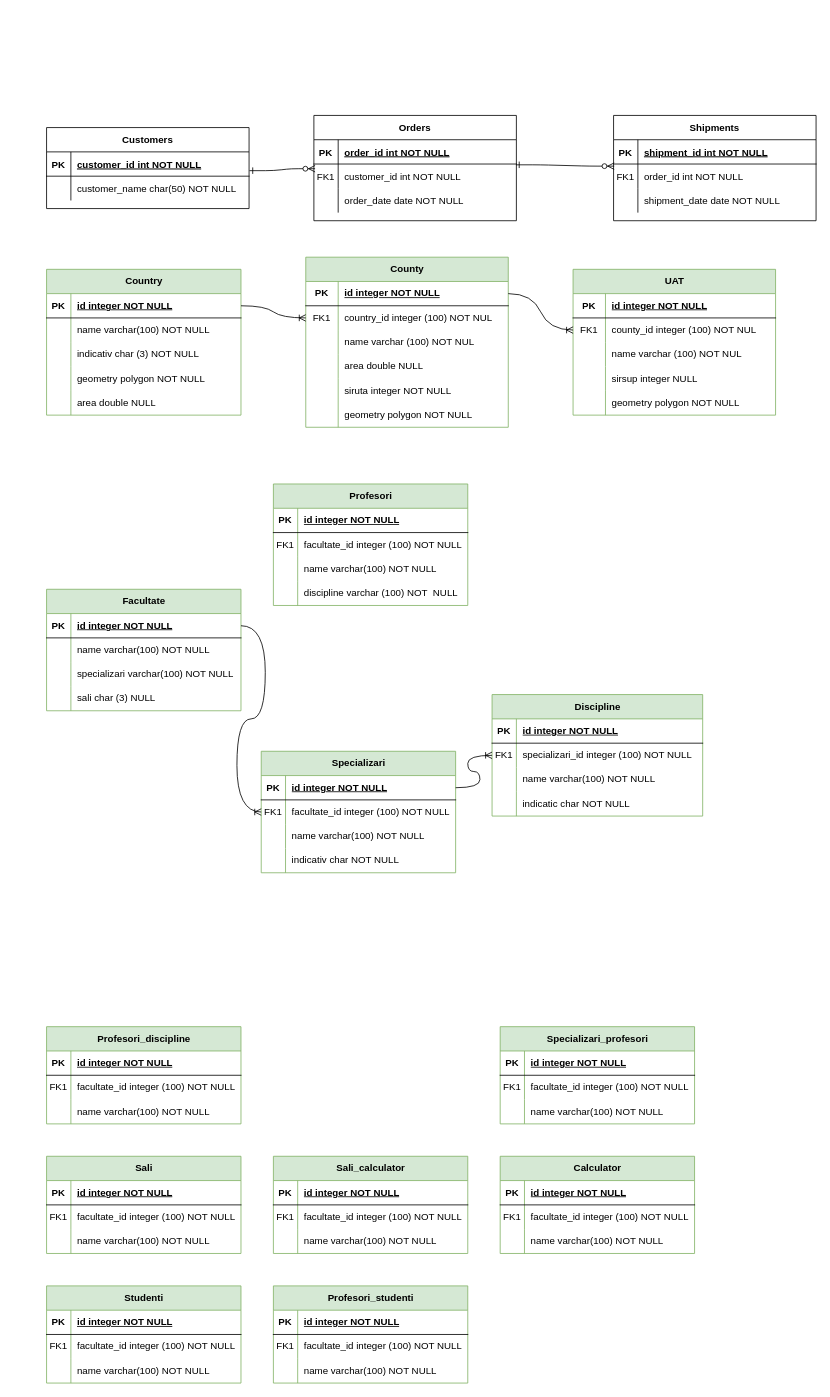
Earlier version of the draw.io diagram model_conceptual.drawio (andreea-agrisan/modelare_db). Source tidied: cells renumbered, new cells numbered last; positions are measured from the earlier drawing's top-left corner, leaving out a move shared by most shapes. Both pictures are drawn from the tidied source at 81%, with x=0, y=0 at pixel (46, 115).
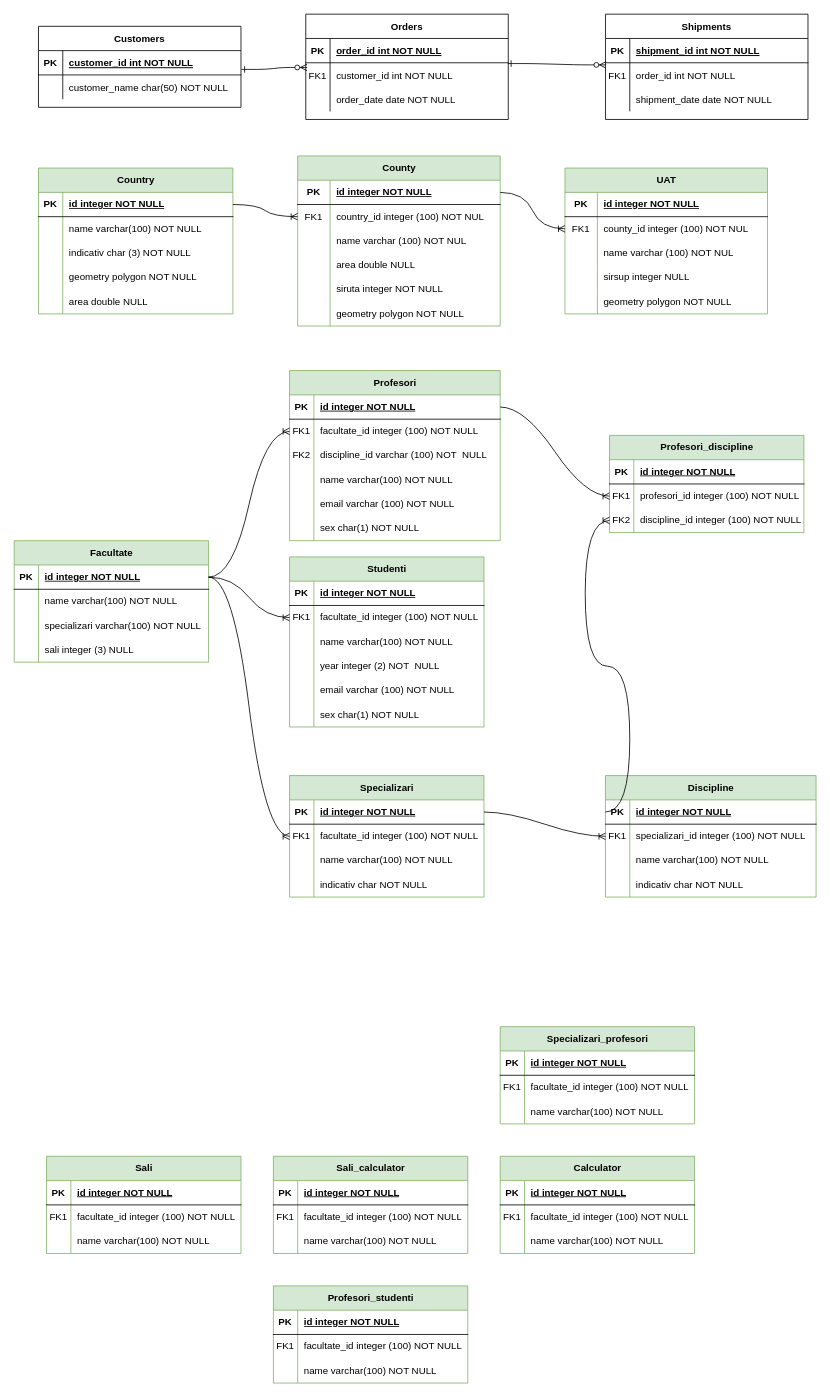
Above is the later version.

Unchanged cells that the change refers to:
```xml
<mxCell id="85" style="shape=tableRow;horizontal=0;startSize=0;swimlaneHead=0;swimlaneBody=0;fillColor=none;points=[[0,0.5],[1,0.5]];portConstraint=eastwest;top=0;left=0;right=0;bottom=1;" parent="84" vertex="1">
  <mxGeometry y="30" width="240" height="30" as="geometry" />
</mxCell>
<mxCell id="94" style="shape=tableRow;horizontal=0;startSize=0;swimlaneHead=0;swimlaneBody=0;fillColor=none;top=0;left=0;right=0;bottom=0;" parent="84" vertex="1">
  <mxGeometry y="120" width="240" height="30" as="geometry" />
</mxCell>
<mxCell id="112" style="shape=tableRow;horizontal=0;startSize=0;swimlaneHead=0;swimlaneBody=0;fillColor=none;points=[[0,0.5],[1,0.5]];portConstraint=eastwest;top=0;left=0;right=0;bottom=1;" parent="111" vertex="1">
  <mxGeometry y="30" width="260" height="30" as="geometry" />
</mxCell>
<mxCell id="121" style="shape=tableRow;horizontal=0;startSize=0;swimlaneHead=0;swimlaneBody=0;fillColor=none;top=0;left=0;right=0;bottom=0;" parent="111" vertex="1">
  <mxGeometry y="120" width="260" height="30" as="geometry" />
</mxCell>
<mxCell id="128" style="shape=tableRow;horizontal=0;startSize=0;swimlaneHead=0;swimlaneBody=0;fillColor=none;points=[[0,0.5],[1,0.5]];portConstraint=eastwest;top=0;left=0;right=0;bottom=0;" parent="124" vertex="1">
  <mxGeometry y="60" width="240" height="30" as="geometry" />
</mxCell>
<mxCell id="131" style="shape=tableRow;horizontal=0;startSize=0;swimlaneHead=0;swimlaneBody=0;fillColor=none;points=[[0,0.5],[1,0.5]];portConstraint=eastwest;top=0;left=0;right=0;bottom=0;" parent="124" vertex="1">
  <mxGeometry y="90" width="240" height="30" as="geometry" />
</mxCell>
```

Diff of the diagram source:
```diff
@@
     <mxCell id="4" value="Orders" style="shape=table;startSize=30;childLayout=tableLayout;rowLines=0;fontStyle=1;align=center;" parent="1" vertex="1">
-      <mxGeometry x="330" width="250" height="130" as="geometry" />
+      <mxGeometry x="320" y="-125" width="250" height="130" as="geometry" />
     </mxCell>
@@
     <mxCell id="14" value="Shipments" style="shape=table;startSize=30;childLayout=tableLayout;rowLines=0;fontStyle=1;align=center;" parent="1" vertex="1">
-      <mxGeometry x="700" width="250" height="130" as="geometry" />
+      <mxGeometry x="690" y="-125" width="250" height="130" as="geometry" />
     </mxCell>
@@
     <mxCell id="24" value="Customers" style="shape=table;startSize=30;childLayout=tableLayout;rowLines=0;fontStyle=1;align=center;" parent="1" vertex="1">
-      <mxGeometry y="15" width="250" height="100" as="geometry" />
+      <mxGeometry x="-10" y="-110" width="250" height="100" as="geometry" />
     </mxCell>
@@
     <mxCell id="31" value="Country" style="shape=table;startSize=30;childLayout=tableLayout;rowLines=0;fontStyle=1;align=center;html=1;fillColor=#d5e8d4;strokeColor=#82b366;" parent="1" vertex="1">
-      <mxGeometry y="190" width="240" height="180" as="geometry" />
+      <mxGeometry x="-10" y="65" width="240" height="180" as="geometry" />
     </mxCell>
@@
     <mxCell id="47" value="County" style="shape=table;startSize=30;childLayout=tableLayout;rowLines=0;fontStyle=1;align=center;html=1;fillColor=#d5e8d4;strokeColor=#82b366;" parent="1" vertex="1">
-      <mxGeometry x="320" y="175" width="250" height="210" as="geometry" />
+      <mxGeometry x="310" y="50" width="250" height="210" as="geometry" />
     </mxCell>
@@
     <mxCell id="67" value="UAT" style="shape=table;startSize=30;childLayout=tableLayout;rowLines=0;fontStyle=1;align=center;html=1;fillColor=#d5e8d4;strokeColor=#82b366;" parent="1" vertex="1">
-      <mxGeometry x="650" y="190" width="250" height="180" as="geometry" />
+      <mxGeometry x="640" y="65" width="250" height="180" as="geometry" />
     </mxCell>
@@
     <mxCell id="84" value="Facultate" style="shape=table;startSize=30;childLayout=tableLayout;rowLines=0;fontStyle=1;align=center;html=1;fillColor=#d5e8d4;strokeColor=#82b366;" parent="1" vertex="1">
-      <mxGeometry y="585" width="240" height="150" as="geometry" />
+      <mxGeometry x="-40" y="525" width="240" height="150" as="geometry" />
     </mxCell>
@@
-    <mxCell id="96" value="sali char (3) NULL" style="shape=partialRectangle;fillColor=none;top=0;left=0;bottom=0;right=0;align=left;spacingLeft=6;overflow=hidden;whiteSpace=wrap;html=1;" parent="94" vertex="1">
+    <mxCell id="96" value="sali integer (3) NULL" style="shape=partialRectangle;fillColor=none;top=0;left=0;bottom=0;right=0;align=left;spacingLeft=6;overflow=hidden;whiteSpace=wrap;html=1;" parent="94" vertex="1">
       <mxGeometry x="30" width="210" height="30" as="geometry" />
     </mxCell>
     <mxCell id="97" value="Specializari" style="shape=table;startSize=30;childLayout=tableLayout;rowLines=0;fontStyle=1;align=center;html=1;fillColor=#d5e8d4;strokeColor=#82b366;" parent="1" vertex="1">
-      <mxGeometry x="265" y="785" width="240" height="150" as="geometry" />
+      <mxGeometry x="300" y="815" width="240" height="150" as="geometry" />
     </mxCell>
@@
     <mxCell id="111" value="Discipline" style="shape=table;startSize=30;childLayout=tableLayout;rowLines=0;fontStyle=1;align=center;html=1;fillColor=#d5e8d4;strokeColor=#82b366;" parent="1" vertex="1">
-      <mxGeometry x="550" y="715" width="260" height="150" as="geometry" />
+      <mxGeometry x="690" y="815" width="260" height="150" as="geometry" />
     </mxCell>
@@
-    <mxCell id="123" value="indicatic char NOT NULL" style="shape=partialRectangle;fillColor=none;top=0;left=0;bottom=0;right=0;align=left;spacingLeft=6;overflow=hidden;whiteSpace=wrap;html=1;" parent="121" vertex="1">
+    <mxCell id="123" value="indicativ char NOT NULL" style="shape=partialRectangle;fillColor=none;top=0;left=0;bottom=0;right=0;align=left;spacingLeft=6;overflow=hidden;whiteSpace=wrap;html=1;" parent="121" vertex="1">
       <mxGeometry x="30" width="230" height="30" as="geometry" />
     </mxCell>
     <mxCell id="124" value="Profesori_discipline" style="shape=table;startSize=30;childLayout=tableLayout;rowLines=0;fontStyle=1;align=center;html=1;fillColor=#d5e8d4;strokeColor=#82b366;" parent="1" vertex="1">
-      <mxGeometry y="1125" width="240" height="120" as="geometry" />
+      <mxGeometry x="695" y="395" width="240" height="120" as="geometry" />
     </mxCell>
@@
-    <mxCell id="130" value="facultate_id integer (100) NOT NULL" style="shape=partialRectangle;fillColor=none;top=0;left=0;bottom=0;right=0;align=left;spacingLeft=6;overflow=hidden;whiteSpace=wrap;html=1;" parent="128" vertex="1">
+    <mxCell id="130" value="profesori_id integer (100) NOT NULL" style="shape=partialRectangle;fillColor=none;top=0;left=0;bottom=0;right=0;align=left;spacingLeft=6;overflow=hidden;whiteSpace=wrap;html=1;" parent="128" vertex="1">
       <mxGeometry x="30" width="210" height="30" as="geometry" />
     </mxCell>
@@
-    <mxCell id="132" style="shape=partialRectangle;fillColor=none;top=0;left=0;bottom=0;right=0;overflow=hidden;whiteSpace=wrap;html=1;" parent="131" vertex="1">
+    <mxCell id="132" value="FK2" style="shape=partialRectangle;fillColor=none;top=0;left=0;bottom=0;right=0;overflow=hidden;whiteSpace=wrap;html=1;" parent="131" vertex="1">
       <mxGeometry width="30" height="30" as="geometry" />
     </mxCell>
-    <mxCell id="133" value="name varchar(100) NOT NULL" style="shape=partialRectangle;fillColor=none;top=0;left=0;bottom=0;right=0;align=left;spacingLeft=6;overflow=hidden;whiteSpace=wrap;html=1;" parent="131" vertex="1">
+    <mxCell id="133" value="discipline_id integer (100) NOT NULL" style="shape=partialRectangle;fillColor=none;top=0;left=0;bottom=0;right=0;align=left;spacingLeft=6;overflow=hidden;whiteSpace=wrap;html=1;" parent="131" vertex="1">
       <mxGeometry x="30" width="210" height="30" as="geometry" />
     </mxCell>
     <mxCell id="134" value="Profesori" style="shape=table;startSize=30;childLayout=tableLayout;rowLines=0;fontStyle=1;align=center;html=1;fillColor=#d5e8d4;strokeColor=#82b366;" parent="1" vertex="1">
-      <mxGeometry x="280" y="455" width="240" height="150" as="geometry" />
+      <mxGeometry x="300" y="315" width="260" height="210" as="geometry" />
     </mxCell>
     <mxCell id="135" style="shape=tableRow;horizontal=0;startSize=0;swimlaneHead=0;swimlaneBody=0;fillColor=none;points=[[0,0.5],[1,0.5]];portConstraint=eastwest;top=0;left=0;right=0;bottom=1;" parent="134" vertex="1">
-      <mxGeometry y="30" width="240" height="30" as="geometry" />
+      <mxGeometry y="30" width="260" height="30" as="geometry" />
     </mxCell>
@@
     <mxCell id="137" value="id integer NOT NULL" style="shape=partialRectangle;fillColor=none;top=0;left=0;bottom=0;right=0;align=left;spacingLeft=6;fontStyle=5;overflow=hidden;whiteSpace=wrap;html=1;" parent="135" vertex="1">
-      <mxGeometry x="30" width="210" height="30" as="geometry" />
+      <mxGeometry x="30" width="230" height="30" as="geometry" />
     </mxCell>
     <mxCell id="138" style="shape=tableRow;horizontal=0;startSize=0;swimlaneHead=0;swimlaneBody=0;fillColor=none;points=[[0,0.5],[1,0.5]];portConstraint=eastwest;top=0;left=0;right=0;bottom=0;" parent="134" vertex="1">
-      <mxGeometry y="60" width="240" height="30" as="geometry" />
+      <mxGeometry y="60" width="260" height="30" as="geometry" />
     </mxCell>
@@
     <mxCell id="140" value="facultate_id integer (100) NOT NULL" style="shape=partialRectangle;fillColor=none;top=0;left=0;bottom=0;right=0;align=left;spacingLeft=6;overflow=hidden;whiteSpace=wrap;html=1;" parent="138" vertex="1">
-      <mxGeometry x="30" width="210" height="30" as="geometry" />
+      <mxGeometry x="30" width="230" height="30" as="geometry" />
     </mxCell>
+    <mxCell id="144" style="shape=tableRow;horizontal=0;startSize=0;swimlaneHead=0;swimlaneBody=0;fillColor=none;top=0;left=0;right=0;bottom=0;" parent="134" vertex="1">
+      <mxGeometry y="90" width="260" height="30" as="geometry" />
+    </mxCell>
+    <mxCell id="145" value="FK2" style="shape=partialRectangle;fillColor=none;top=0;left=0;bottom=0;right=0;overflow=hidden;whiteSpace=wrap;html=1;" parent="144" vertex="1">
+      <mxGeometry width="30" height="30" as="geometry" />
+    </mxCell>
+    <mxCell id="146" value="discipline_id varchar (100) NOT&amp;nbsp; NULL" style="shape=partialRectangle;fillColor=none;top=0;left=0;bottom=0;right=0;align=left;spacingLeft=6;overflow=hidden;whiteSpace=wrap;html=1;" parent="144" vertex="1">
+      <mxGeometry x="30" width="230" height="30" as="geometry" />
+    </mxCell>
     <mxCell id="141" style="shape=tableRow;horizontal=0;startSize=0;swimlaneHead=0;swimlaneBody=0;fillColor=none;top=0;left=0;right=0;bottom=0;" parent="134" vertex="1">
-      <mxGeometry y="90" width="240" height="30" as="geometry" />
+      <mxGeometry y="120" width="260" height="30" as="geometry" />
     </mxCell>
@@
     <mxCell id="143" value="name varchar(100) NOT NULL" style="shape=partialRectangle;fillColor=none;top=0;left=0;bottom=0;right=0;align=left;spacingLeft=6;overflow=hidden;whiteSpace=wrap;html=1;" parent="141" vertex="1">
-      <mxGeometry x="30" width="210" height="30" as="geometry" />
+      <mxGeometry x="30" width="230" height="30" as="geometry" />
     </mxCell>
-    <mxCell id="144" style="shape=tableRow;horizontal=0;startSize=0;swimlaneHead=0;swimlaneBody=0;fillColor=none;top=0;left=0;right=0;bottom=0;" parent="134" vertex="1">
-      <mxGeometry y="120" width="240" height="30" as="geometry" />
-    </mxCell>
-    <mxCell id="145" style="shape=partialRectangle;fillColor=none;top=0;left=0;bottom=0;right=0;overflow=hidden;whiteSpace=wrap;html=1;" parent="144" vertex="1">
-      <mxGeometry width="30" height="30" as="geometry" />
-    </mxCell>
-    <mxCell id="146" value="discipline varchar (100) NOT&amp;nbsp; NULL" style="shape=partialRectangle;fillColor=none;top=0;left=0;bottom=0;right=0;align=left;spacingLeft=6;overflow=hidden;whiteSpace=wrap;html=1;" parent="144" vertex="1">
-      <mxGeometry x="30" width="210" height="30" as="geometry" />
-    </mxCell>
+    <mxCell id="208" style="shape=tableRow;horizontal=0;startSize=0;swimlaneHead=0;swimlaneBody=0;fillColor=none;top=0;left=0;right=0;bottom=0;" parent="134" vertex="1">
+      <mxGeometry y="150" width="260" height="30" as="geometry" />
+    </mxCell>
+    <mxCell id="209" style="shape=partialRectangle;fillColor=none;top=0;left=0;bottom=0;right=0;overflow=hidden;whiteSpace=wrap;html=1;" parent="208" vertex="1">
+      <mxGeometry width="30" height="30" as="geometry" />
+    </mxCell>
+    <mxCell id="210" value="email varchar (100) NOT NULL" style="shape=partialRectangle;fillColor=none;top=0;left=0;bottom=0;right=0;align=left;spacingLeft=6;overflow=hidden;whiteSpace=wrap;html=1;" parent="208" vertex="1">
+      <mxGeometry x="30" width="230" height="30" as="geometry" />
+    </mxCell>
+    <mxCell id="211" style="shape=tableRow;horizontal=0;startSize=0;swimlaneHead=0;swimlaneBody=0;fillColor=none;top=0;left=0;right=0;bottom=0;" parent="134" vertex="1">
+      <mxGeometry y="180" width="260" height="30" as="geometry" />
+    </mxCell>
+    <mxCell id="212" style="shape=partialRectangle;fillColor=none;top=0;left=0;bottom=0;right=0;overflow=hidden;whiteSpace=wrap;html=1;" parent="211" vertex="1">
+      <mxGeometry width="30" height="30" as="geometry" />
+    </mxCell>
+    <mxCell id="213" value="sex char(1) NOT NULL" style="shape=partialRectangle;fillColor=none;top=0;left=0;bottom=0;right=0;align=left;spacingLeft=6;overflow=hidden;whiteSpace=wrap;html=1;" parent="211" vertex="1">
+      <mxGeometry x="30" width="230" height="30" as="geometry" />
+    </mxCell>
@@
-    <mxCell id="187" value="Studenti" style="shape=table;startSize=30;childLayout=tableLayout;rowLines=0;fontStyle=1;align=center;html=1;fillColor=#d5e8d4;strokeColor=#82b366;" parent="1" vertex="1">
-      <mxGeometry y="1445" width="240" height="120" as="geometry" />
-    </mxCell>
-    <mxCell id="188" style="shape=tableRow;horizontal=0;startSize=0;swimlaneHead=0;swimlaneBody=0;fillColor=none;top=0;left=0;right=0;bottom=1;" parent="187" vertex="1">
-      <mxGeometry y="30" width="240" height="30" as="geometry" />
-    </mxCell>
-    <mxCell id="189" value="PK" style="shape=partialRectangle;fillColor=none;top=0;left=0;bottom=0;right=0;fontStyle=1;overflow=hidden;whiteSpace=wrap;html=1;" parent="188" vertex="1">
-      <mxGeometry width="30" height="30" as="geometry" />
-    </mxCell>
-    <mxCell id="190" value="id integer NOT NULL" style="shape=partialRectangle;fillColor=none;top=0;left=0;bottom=0;right=0;align=left;spacingLeft=6;fontStyle=5;overflow=hidden;whiteSpace=wrap;html=1;" parent="188" vertex="1">
-      <mxGeometry x="30" width="210" height="30" as="geometry" />
-    </mxCell>
-    <mxCell id="191" style="shape=tableRow;horizontal=0;startSize=0;swimlaneHead=0;swimlaneBody=0;fillColor=none;points=[[0,0.5],[1,0.5]];portConstraint=eastwest;top=0;left=0;right=0;bottom=0;" parent="187" vertex="1">
-      <mxGeometry y="60" width="240" height="30" as="geometry" />
-    </mxCell>
-    <mxCell id="192" value="FK1" style="shape=partialRectangle;fillColor=none;top=0;left=0;bottom=0;right=0;overflow=hidden;whiteSpace=wrap;html=1;" parent="191" vertex="1">
-      <mxGeometry width="30" height="30" as="geometry" />
-    </mxCell>
-    <mxCell id="193" value="facultate_id integer (100) NOT NULL" style="shape=partialRectangle;fillColor=none;top=0;left=0;bottom=0;right=0;align=left;spacingLeft=6;overflow=hidden;whiteSpace=wrap;html=1;" parent="191" vertex="1">
-      <mxGeometry x="30" width="210" height="30" as="geometry" />
-    </mxCell>
-    <mxCell id="194" style="shape=tableRow;horizontal=0;startSize=0;swimlaneHead=0;swimlaneBody=0;fillColor=none;top=0;left=0;right=0;bottom=0;" parent="187" vertex="1">
-      <mxGeometry y="90" width="240" height="30" as="geometry" />
-    </mxCell>
-    <mxCell id="195" style="shape=partialRectangle;fillColor=none;top=0;left=0;bottom=0;right=0;overflow=hidden;whiteSpace=wrap;html=1;" parent="194" vertex="1">
-      <mxGeometry width="30" height="30" as="geometry" />
-    </mxCell>
-    <mxCell id="196" value="name varchar(100) NOT NULL" style="shape=partialRectangle;fillColor=none;top=0;left=0;bottom=0;right=0;align=left;spacingLeft=6;overflow=hidden;whiteSpace=wrap;html=1;" parent="194" vertex="1">
-      <mxGeometry x="30" width="210" height="30" as="geometry" />
-    </mxCell>
@@
+    <mxCell id="214" style="edgeStyle=entityRelationEdgeStyle;fontSize=12;html=1;endArrow=ERoneToMany;exitX=1;exitY=0.5;exitDx=0;exitDy=0;entryX=0;entryY=0.5;entryDx=0;entryDy=0;curved=1;" parent="1" edge="1" source="85" target="138">
+      <mxGeometry relative="1" as="geometry" />
+    </mxCell>
+    <mxCell id="187" value="Studenti" style="shape=table;startSize=30;childLayout=tableLayout;rowLines=0;fontStyle=1;align=center;html=1;fillColor=#d5e8d4;strokeColor=#82b366;" parent="1" vertex="1">
+      <mxGeometry x="300" y="545" width="240" height="210" as="geometry" />
+    </mxCell>
+    <mxCell id="188" style="shape=tableRow;horizontal=0;startSize=0;swimlaneHead=0;swimlaneBody=0;fillColor=none;top=0;left=0;right=0;bottom=1;" parent="187" vertex="1">
+      <mxGeometry y="30" width="240" height="30" as="geometry" />
+    </mxCell>
+    <mxCell id="189" value="PK" style="shape=partialRectangle;fillColor=none;top=0;left=0;bottom=0;right=0;fontStyle=1;overflow=hidden;whiteSpace=wrap;html=1;" parent="188" vertex="1">
+      <mxGeometry width="30" height="30" as="geometry" />
+    </mxCell>
+    <mxCell id="190" value="id integer NOT NULL" style="shape=partialRectangle;fillColor=none;top=0;left=0;bottom=0;right=0;align=left;spacingLeft=6;fontStyle=5;overflow=hidden;whiteSpace=wrap;html=1;" parent="188" vertex="1">
+      <mxGeometry x="30" width="210" height="30" as="geometry" />
+    </mxCell>
+    <mxCell id="191" style="shape=tableRow;horizontal=0;startSize=0;swimlaneHead=0;swimlaneBody=0;fillColor=none;points=[[0,0.5],[1,0.5]];portConstraint=eastwest;top=0;left=0;right=0;bottom=0;" parent="187" vertex="1">
+      <mxGeometry y="60" width="240" height="30" as="geometry" />
+    </mxCell>
+    <mxCell id="192" value="FK1" style="shape=partialRectangle;fillColor=none;top=0;left=0;bottom=0;right=0;overflow=hidden;whiteSpace=wrap;html=1;" parent="191" vertex="1">
+      <mxGeometry width="30" height="30" as="geometry" />
+    </mxCell>
+    <mxCell id="193" value="facultate_id integer (100) NOT NULL" style="shape=partialRectangle;fillColor=none;top=0;left=0;bottom=0;right=0;align=left;spacingLeft=6;overflow=hidden;whiteSpace=wrap;html=1;" parent="191" vertex="1">
+      <mxGeometry x="30" width="210" height="30" as="geometry" />
+    </mxCell>
+    <mxCell id="194" style="shape=tableRow;horizontal=0;startSize=0;swimlaneHead=0;swimlaneBody=0;fillColor=none;top=0;left=0;right=0;bottom=0;" parent="187" vertex="1">
+      <mxGeometry y="90" width="240" height="30" as="geometry" />
+    </mxCell>
+    <mxCell id="215" style="shape=partialRectangle;fillColor=none;top=0;left=0;bottom=0;right=0;overflow=hidden;whiteSpace=wrap;html=1;" parent="194" vertex="1">
+      <mxGeometry width="30" height="30" as="geometry" />
+    </mxCell>
+    <mxCell id="196" value="name varchar(100) NOT NULL" style="shape=partialRectangle;fillColor=none;top=0;left=0;bottom=0;right=0;align=left;spacingLeft=6;overflow=hidden;whiteSpace=wrap;html=1;" parent="194" vertex="1">
+      <mxGeometry x="30" width="210" height="30" as="geometry" />
+    </mxCell>
+    <mxCell id="216" style="shape=tableRow;horizontal=0;startSize=0;swimlaneHead=0;swimlaneBody=0;fillColor=none;top=0;left=0;right=0;bottom=0;" parent="187" vertex="1">
+      <mxGeometry y="120" width="240" height="30" as="geometry" />
+    </mxCell>
+    <mxCell id="217" style="shape=partialRectangle;fillColor=none;top=0;left=0;bottom=0;right=0;overflow=hidden;whiteSpace=wrap;html=1;" parent="216" vertex="1">
+      <mxGeometry width="30" height="30" as="geometry" />
+    </mxCell>
+    <mxCell id="218" value="year integer (2) NOT&amp;nbsp; NULL" style="shape=partialRectangle;fillColor=none;top=0;left=0;bottom=0;right=0;align=left;spacingLeft=6;overflow=hidden;whiteSpace=wrap;html=1;" parent="216" vertex="1">
+      <mxGeometry x="30" width="210" height="30" as="geometry" />
+    </mxCell>
+    <mxCell id="219" style="shape=tableRow;horizontal=0;startSize=0;swimlaneHead=0;swimlaneBody=0;fillColor=none;top=0;left=0;right=0;bottom=0;" parent="187" vertex="1">
+      <mxGeometry y="150" width="240" height="30" as="geometry" />
+    </mxCell>
+    <mxCell id="220" style="shape=partialRectangle;fillColor=none;top=0;left=0;bottom=0;right=0;overflow=hidden;whiteSpace=wrap;html=1;" parent="219" vertex="1">
+      <mxGeometry width="30" height="30" as="geometry" />
+    </mxCell>
+    <mxCell id="221" value="email varchar (100) NOT NULL" style="shape=partialRectangle;fillColor=none;top=0;left=0;bottom=0;right=0;align=left;spacingLeft=6;overflow=hidden;whiteSpace=wrap;html=1;" parent="219" vertex="1">
+      <mxGeometry x="30" width="210" height="30" as="geometry" />
+    </mxCell>
+    <mxCell id="222" style="shape=tableRow;horizontal=0;startSize=0;swimlaneHead=0;swimlaneBody=0;fillColor=none;top=0;left=0;right=0;bottom=0;" parent="187" vertex="1">
+      <mxGeometry y="180" width="240" height="30" as="geometry" />
+    </mxCell>
+    <mxCell id="223" style="shape=partialRectangle;fillColor=none;top=0;left=0;bottom=0;right=0;overflow=hidden;whiteSpace=wrap;html=1;" parent="222" vertex="1">
+      <mxGeometry width="30" height="30" as="geometry" />
+    </mxCell>
+    <mxCell id="224" value="sex char(1) NOT NULL" style="shape=partialRectangle;fillColor=none;top=0;left=0;bottom=0;right=0;align=left;spacingLeft=6;overflow=hidden;whiteSpace=wrap;html=1;" parent="222" vertex="1">
+      <mxGeometry x="30" width="210" height="30" as="geometry" />
+    </mxCell>
+    <mxCell id="225" style="edgeStyle=entityRelationEdgeStyle;fontSize=12;html=1;endArrow=ERoneToMany;exitX=1;exitY=0.5;exitDx=0;exitDy=0;entryX=0;entryY=0.5;entryDx=0;entryDy=0;curved=1;" parent="1" edge="1" source="85" target="191">
+      <mxGeometry relative="1" as="geometry" />
+    </mxCell>
+    <mxCell id="226" style="edgeStyle=entityRelationEdgeStyle;fontSize=12;html=1;endArrow=ERoneToMany;exitX=1;exitY=0.5;exitDx=0;exitDy=0;entryX=0;entryY=0.5;entryDx=0;entryDy=0;curved=1;" parent="1" edge="1" source="135" target="128">
+      <mxGeometry relative="1" as="geometry" />
+    </mxCell>
+    <mxCell id="227" style="edgeStyle=entityRelationEdgeStyle;fontSize=12;html=1;endArrow=ERoneToMany;exitX=0;exitY=0.5;exitDx=0;exitDy=0;entryX=0;entryY=0.5;entryDx=0;entryDy=0;curved=1;" parent="1" edge="1" source="112" target="131">
+      <mxGeometry relative="1" as="geometry">
+        <Array as="points">
+          <mxPoint x="660" y="775" />
+          <mxPoint x="665" y="705" />
+        </Array>
+      </mxGeometry>
+    </mxCell>
```
